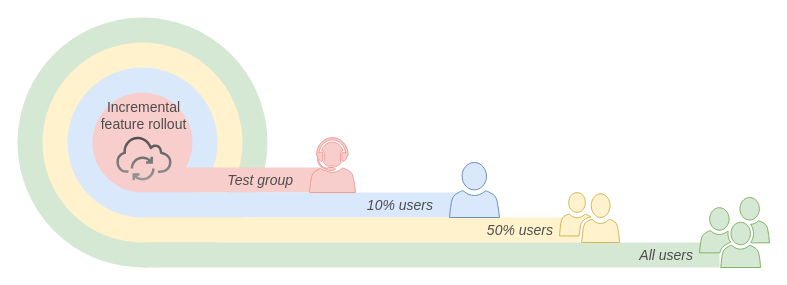
This is blog/feature-flag-incremental-rollout.drawio from jgraph/drawio-diagrams, a draw.io file, before an edit. Source tidied: cells renumbered, new cells numbered last; positions are measured from the earlier drawing's top-left corner, leaving out a move shared by most shapes. Both pictures are drawn from the tidied source at 100%, with x=0, y=0 at pixel (17, 17).
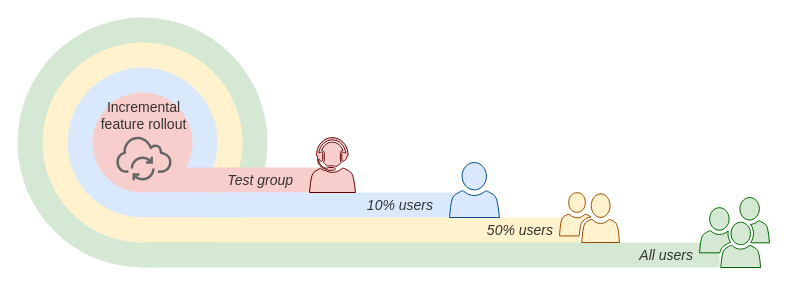
The same page after the edit.

The edit, as a diff of the source:
```diff
@@
 <mxGraphModel>
   <root>
     <mxCell id="0" />
     <mxCell id="1" parent="0" />
     <mxCell id="2" style="ellipse;html=1;strokeWidth=4;fillColor=#d5e8d4;strokeColor=none;shadow=0;fontSize=10;align=center;fontStyle=0;whiteSpace=wrap;spacing=10;" parent="1" vertex="1">
       <mxGeometry width="250" height="250" as="geometry" />
     </mxCell>
     <mxCell id="3" style="ellipse;html=1;strokeWidth=4;fillColor=#fff2cc;strokeColor=none;shadow=0;fontSize=10;align=center;fontStyle=0;whiteSpace=wrap;spacing=10;" parent="1" vertex="1">
       <mxGeometry x="25" y="25" width="200" height="200" as="geometry" />
     </mxCell>
     <mxCell id="4" style="ellipse;html=1;strokeWidth=4;fillColor=#dae8fc;strokeColor=none;shadow=0;fontSize=10;align=center;fontStyle=0;whiteSpace=wrap;spacing=10;" parent="1" vertex="1">
       <mxGeometry x="50" y="50" width="150" height="150" as="geometry" />
     </mxCell>
-    <mxCell id="5" style="ellipse;html=1;strokeWidth=4;fillColor=#F8CECC;strokeColor=none;shadow=0;fontSize=14;align=center;fontStyle=0;whiteSpace=wrap;spacing=10;" parent="1" vertex="1">
+    <mxCell id="5" style="ellipse;html=1;strokeWidth=4;fillColor=#F8CECC;strokeColor=none;shadow=0;fontSize=14;align=center;fontStyle=0;whiteSpace=wrap;spacing=10;fontColor=#000000;" parent="1" vertex="1">
       <mxGeometry x="75" y="75" width="100" height="100" as="geometry" />
     </mxCell>
-    <mxCell id="6" value="Test group" style="html=1;shape=mxgraph.infographic.ribbonSimple;notch1=0;notch2=0;fillColor=#F8CECC;strokeColor=none;align=right;verticalAlign=middle;fontSize=14;fontStyle=2;shadow=0;spacingRight=25;fontFamily=Helvetica;fontColor=#4D4D4D;" parent="1" vertex="1">
+    <mxCell id="6" value="Test group" style="html=1;shape=mxgraph.infographic.ribbonSimple;notch1=0;notch2=0;fillColor=#F8CECC;strokeColor=none;align=right;verticalAlign=middle;fontSize=14;fontStyle=2;shadow=0;spacingRight=25;fontFamily=Helvetica;fontColor=#333333;" parent="1" vertex="1">
       <mxGeometry x="125" y="150" width="177" height="25" as="geometry" />
     </mxCell>
-    <mxCell id="7" value="10% users" style="html=1;shape=mxgraph.infographic.ribbonSimple;notch1=0;notch2=0;fillColor=#dae8fc;strokeColor=none;align=right;verticalAlign=middle;fontSize=14;fontStyle=2;shadow=0;spacingRight=25;fontColor=#4D4D4D;fontFamily=Helvetica;" parent="1" vertex="1">
+    <mxCell id="7" value="10% users" style="html=1;shape=mxgraph.infographic.ribbonSimple;notch1=0;notch2=0;fillColor=#dae8fc;strokeColor=none;align=right;verticalAlign=middle;fontSize=14;fontStyle=2;shadow=0;spacingRight=25;fontColor=#333333;fontFamily=Helvetica;" parent="1" vertex="1">
       <mxGeometry x="125" y="175" width="317" height="25" as="geometry" />
     </mxCell>
-    <mxCell id="8" value="50% users" style="html=1;shape=mxgraph.infographic.ribbonSimple;notch1=0;notch2=0;fillColor=#fff2cc;strokeColor=none;align=right;verticalAlign=middle;fontSize=14;fontStyle=2;shadow=0;spacingRight=25;fontFamily=Helvetica;fontColor=#4D4D4D;" parent="1" vertex="1">
+    <mxCell id="8" value="50% users" style="html=1;shape=mxgraph.infographic.ribbonSimple;notch1=0;notch2=0;fillColor=#fff2cc;strokeColor=none;align=right;verticalAlign=middle;fontSize=14;fontStyle=2;shadow=0;spacingRight=25;fontFamily=Helvetica;fontColor=#333333;" parent="1" vertex="1">
       <mxGeometry x="125" y="200" width="437" height="25" as="geometry" />
     </mxCell>
-    <mxCell id="9" value="All users" style="html=1;shape=mxgraph.infographic.ribbonSimple;notch1=0;notch2=0;fillColor=#d5e8d4;strokeColor=none;align=right;verticalAlign=middle;fontSize=14;fontStyle=2;shadow=0;spacingRight=25;fontColor=#4D4D4D;fontFamily=Helvetica;" parent="1" vertex="1">
+    <mxCell id="9" value="All users" style="html=1;shape=mxgraph.infographic.ribbonSimple;notch1=0;notch2=0;fillColor=#d5e8d4;strokeColor=none;align=right;verticalAlign=middle;fontSize=14;fontStyle=2;shadow=0;spacingRight=25;fontColor=#333333;fontFamily=Helvetica;" parent="1" vertex="1">
       <mxGeometry x="125" y="225" width="577" height="25" as="geometry" />
     </mxCell>
-    <mxCell id="10" style="sketch=0;shadow=0;dashed=0;html=1;strokeColor=#6c8ebf;fillColor=#dae8fc;labelPosition=center;verticalLabelPosition=bottom;verticalAlign=top;align=center;shape=mxgraph.office.users.user;fontSize=16;" parent="1" vertex="1">
+    <mxCell id="10" style="sketch=0;shadow=0;dashed=0;html=1;strokeColor=#004C99;fillColor=#dae8fc;labelPosition=center;verticalLabelPosition=bottom;verticalAlign=top;align=center;shape=mxgraph.office.users.user;fontSize=16;" parent="1" vertex="1">
       <mxGeometry x="432" y="145" width="50" height="55" as="geometry" />
     </mxCell>
-    <mxCell id="11" style="sketch=0;shadow=0;dashed=0;html=1;strokeColor=#d6b656;labelPosition=center;verticalLabelPosition=bottom;verticalAlign=top;align=center;fillColor=#fff2cc;shape=mxgraph.mscae.intune.user_group;fontSize=16;" parent="1" vertex="1">
+    <mxCell id="11" style="sketch=0;shadow=0;dashed=0;html=1;strokeColor=#994C00;labelPosition=center;verticalLabelPosition=bottom;verticalAlign=top;align=center;fillColor=#fff2cc;shape=mxgraph.mscae.intune.user_group;fontSize=16;" parent="1" vertex="1">
       <mxGeometry x="542" y="175" width="60" height="50" as="geometry" />
     </mxCell>
-    <mxCell id="12" style="sketch=0;shadow=0;dashed=0;html=1;strokeColor=#82b366;fillColor=#d5e8d4;labelPosition=center;verticalLabelPosition=bottom;verticalAlign=top;align=center;shape=mxgraph.office.users.users;fontSize=16;" parent="1" vertex="1">
+    <mxCell id="12" style="sketch=0;shadow=0;dashed=0;html=1;strokeColor=#006600;fillColor=#d5e8d4;labelPosition=center;verticalLabelPosition=bottom;verticalAlign=top;align=center;shape=mxgraph.office.users.users;fontSize=16;" parent="1" vertex="1">
       <mxGeometry x="682" y="180" width="70" height="70" as="geometry" />
     </mxCell>
-    <mxCell id="13" style="sketch=0;shadow=0;dashed=0;html=1;strokeColor=#F19C99;fillColor=#F8CECC;labelPosition=center;verticalLabelPosition=bottom;verticalAlign=top;align=center;shape=mxgraph.office.users.call_center_agent;fontSize=16;" parent="1" vertex="1">
+    <mxCell id="13" style="sketch=0;shadow=0;dashed=0;html=1;strokeColor=#660000;fillColor=#F8CECC;labelPosition=center;verticalLabelPosition=bottom;verticalAlign=top;align=center;shape=mxgraph.office.users.call_center_agent;fontSize=16;" parent="1" vertex="1">
       <mxGeometry x="292" y="120" width="46" height="55" as="geometry" />
     </mxCell>
-    <mxCell id="14" value="Incremental&lt;br&gt;feature rollout" style="sketch=0;fillColor=#4D4D4D;strokeColor=#6F0000;dashed=0;verticalLabelPosition=top;verticalAlign=bottom;align=center;html=1;fontSize=14;fontStyle=0;shape=mxgraph.aws4.iot_over_the_air_update;fontColor=#4D4D4D;gradientColor=#999999;labelPosition=center;" parent="1" vertex="1">
+    <mxCell id="14" value="Incremental&lt;br&gt;feature rollout" style="sketch=0;fillColor=#666666;strokeColor=#6F0000;dashed=0;verticalLabelPosition=top;verticalAlign=bottom;align=center;html=1;fontSize=14;fontStyle=0;shape=mxgraph.aws4.iot_over_the_air_update;fontColor=#333333;gradientColor=none;labelPosition=center;" parent="1" vertex="1">
       <mxGeometry x="98.6" y="118" width="55.7" height="45" as="geometry" />
     </mxCell>
   </root>
 </mxGraphModel>
```
